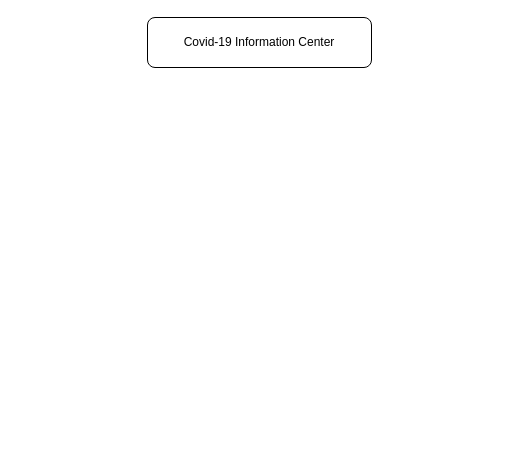
The draw.io diagram Untitled Diagram.drawio in manimovassagh/FullstackCovide-19App, before the edit. Source tidied: cells renumbered, new cells numbered last; positions are measured from the earlier drawing's top-left corner, leaving out a move shared by most shapes. Both pictures are drawn from the tidied source at 100%, with x=0, y=0 at pixel (147, 17).
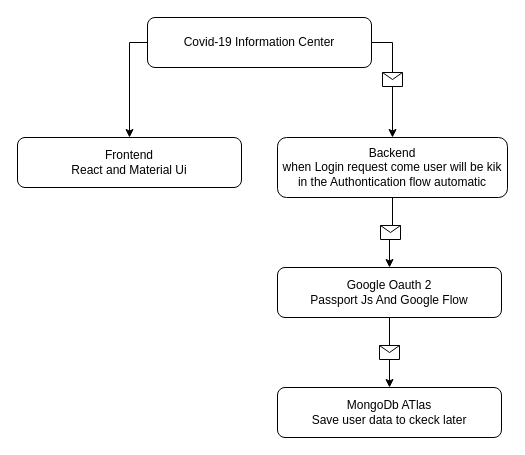
Above is the later version.

The edit, as a diff of the source:
```diff
@@
 <mxGraphModel>
   <root>
     <mxCell id="0" />
     <mxCell id="1" parent="0" />
     <mxCell id="2" value="Covid-19 Information Center" style="rounded=1;whiteSpace=wrap;html=1;" parent="1" vertex="1">
       <mxGeometry width="224" height="50" as="geometry" />
     </mxCell>
+    <mxCell id="3" value="Frontend&lt;br&gt;React and Material Ui" style="rounded=1;whiteSpace=wrap;html=1;" parent="1" vertex="1">
+      <mxGeometry x="-130" y="120" width="224" height="50" as="geometry" />
+    </mxCell>
+    <mxCell id="4" value="Backend&lt;br&gt;when Login request come user will be kik in the Authontication flow automatic" style="rounded=1;whiteSpace=wrap;html=1;" parent="1" vertex="1">
+      <mxGeometry x="130" y="120" width="230" height="60" as="geometry" />
+    </mxCell>
+    <mxCell id="5" style="endArrow=classic;html=1;rounded=0;edgeStyle=orthogonalEdgeStyle;exitX=0;exitY=0.5;exitDx=0;exitDy=0;entryX=0.5;entryY=0;entryDx=0;entryDy=0;" parent="1" edge="1" source="2" target="3">
+      <mxGeometry relative="1" as="geometry" />
+    </mxCell>
+    <mxCell id="6" style="endArrow=classic;html=1;rounded=0;edgeStyle=orthogonalEdgeStyle;exitX=1;exitY=0.5;exitDx=0;exitDy=0;entryX=0.5;entryY=0;entryDx=0;entryDy=0;" parent="1" edge="1" source="2" target="4">
+      <mxGeometry relative="1" as="geometry" />
+    </mxCell>
+    <mxCell id="7" style="shape=message;html=1;" parent="6" vertex="1">
+      <mxGeometry width="20" height="14" relative="1" as="geometry">
+        <mxPoint x="-10" y="-7" as="offset" />
+      </mxGeometry>
+    </mxCell>
+    <mxCell id="8" value="Google Oauth 2&lt;br&gt;Passport Js And Google Flow" style="rounded=1;whiteSpace=wrap;html=1;" parent="1" vertex="1">
+      <mxGeometry x="130" y="250" width="224" height="50" as="geometry" />
+    </mxCell>
+    <mxCell id="9" value="MongoDb ATlas&lt;br&gt;Save user data to ckeck later" style="rounded=1;whiteSpace=wrap;html=1;" parent="1" vertex="1">
+      <mxGeometry x="130" y="370" width="224" height="50" as="geometry" />
+    </mxCell>
+    <mxCell id="10" style="endArrow=classic;html=1;rounded=0;edgeStyle=orthogonalEdgeStyle;exitX=0.5;exitY=1;exitDx=0;exitDy=0;entryX=0.5;entryY=0;entryDx=0;entryDy=0;" parent="1" edge="1" source="4" target="8">
+      <mxGeometry relative="1" as="geometry" />
+    </mxCell>
+    <mxCell id="11" style="shape=message;html=1;" parent="10" vertex="1">
+      <mxGeometry width="20" height="14" relative="1" as="geometry">
+        <mxPoint x="-10" y="-7" as="offset" />
+      </mxGeometry>
+    </mxCell>
+    <mxCell id="12" style="endArrow=classic;html=1;rounded=0;edgeStyle=orthogonalEdgeStyle;exitX=0.5;exitY=1;exitDx=0;exitDy=0;entryX=0.5;entryY=0;entryDx=0;entryDy=0;" parent="1" edge="1" source="8" target="9">
+      <mxGeometry relative="1" as="geometry" />
+    </mxCell>
+    <mxCell id="13" style="shape=message;html=1;" parent="12" vertex="1">
+      <mxGeometry width="20" height="14" relative="1" as="geometry">
+        <mxPoint x="-10" y="-7" as="offset" />
+      </mxGeometry>
+    </mxCell>
   </root>
 </mxGraphModel>
```
